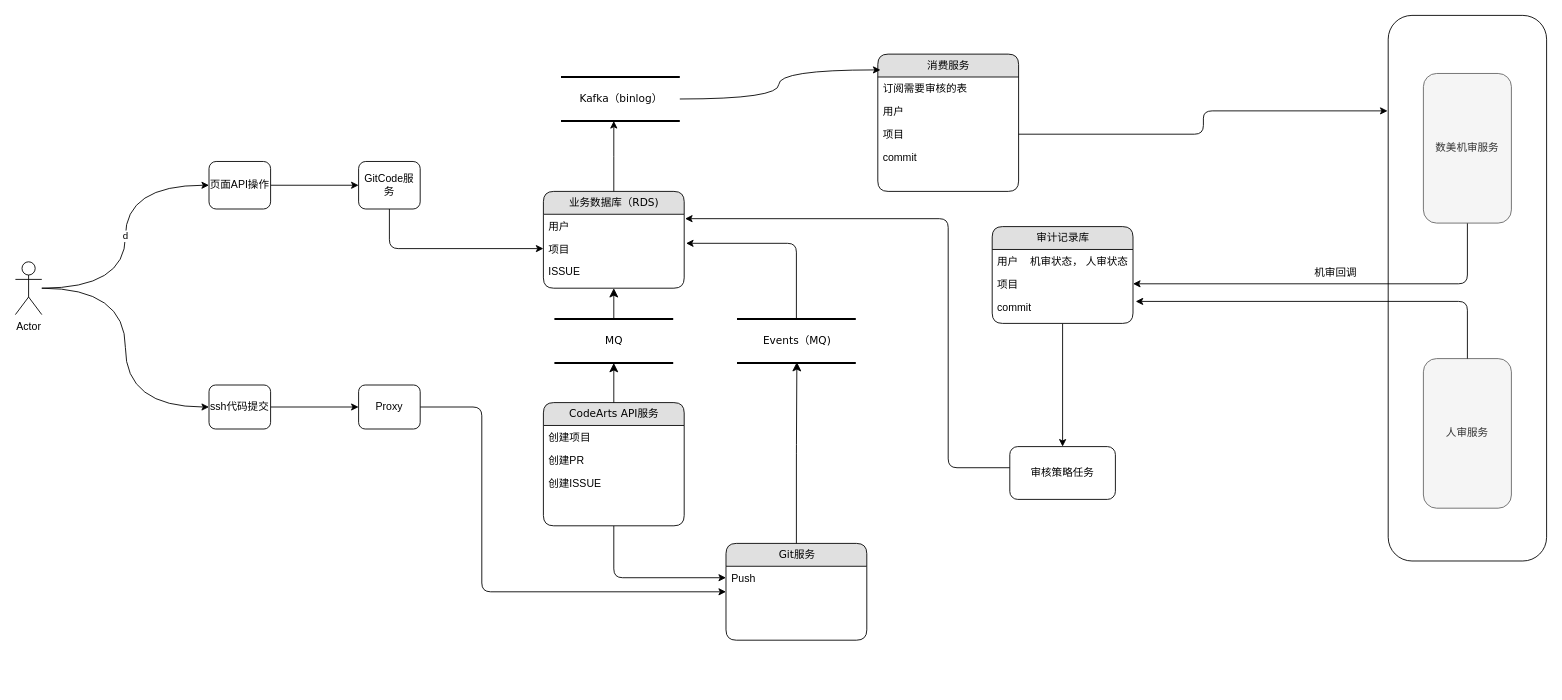
Above: 未命名绘图.drawio in osanben/diagrams (draw.io), before the change. Source tidied: cells renumbered, new cells numbered last; positions are measured from the earlier drawing's top-left corner, leaving out a move shared by most shapes. Both pictures are drawn from the tidied source at 88%, with x=0, y=0 at pixel (15, 15).
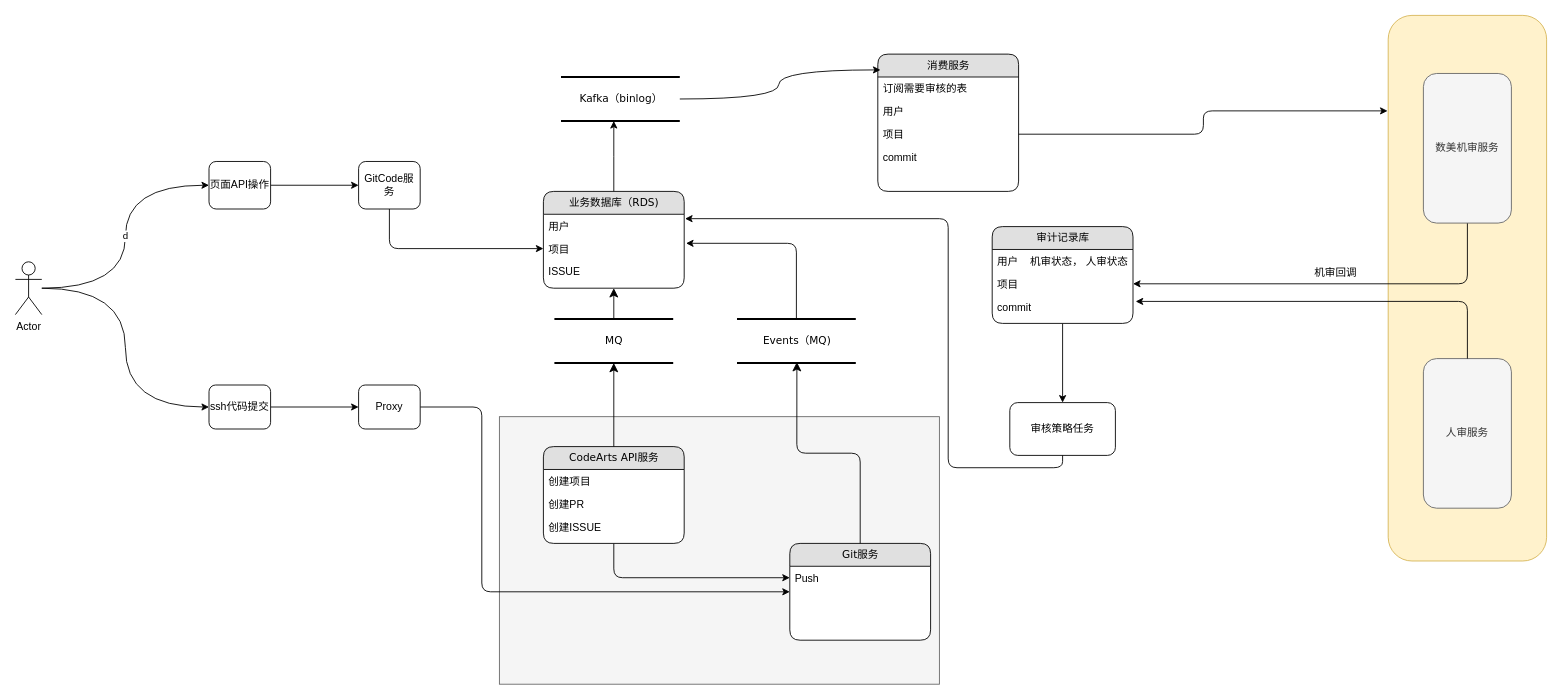
After the change.

Commit message (it also covers changes not shown here):
更新未命名绘图.drawio

The edit, as a diff of the source:
```diff
@@
+    <mxCell id="53" style="rounded=0;whiteSpace=wrap;html=1;fillColor=#f5f5f5;fontColor=#333333;strokeColor=#666666;" parent="1" vertex="1">
+      <mxGeometry x="550" y="456" width="500" height="304" as="geometry" />
+    </mxCell>
-    <mxCell id="2" style="rounded=1;whiteSpace=wrap;html=1;" parent="1" vertex="1">
+    <mxCell id="2" style="rounded=1;whiteSpace=wrap;html=1;fillColor=#fff2cc;strokeColor=#d6b656;" parent="1" vertex="1">
       <mxGeometry x="1560" width="180" height="620" as="geometry" />
     </mxCell>
@@
     <mxCell id="16" value="CodeArts API服务" style="swimlane;html=1;fontStyle=0;horizontal=1;startSize=26;fillColor=#e0e0e0;swimlaneFillColor=#ffffff;align=center;rounded=1;shadow=0;comic=0;labelBackgroundColor=none;strokeWidth=1;fontFamily=Verdana;fontSize=12;" parent="1" vertex="1">
-      <mxGeometry x="600" y="440" width="160" height="140" as="geometry" />
+      <mxGeometry x="600" y="490" width="160" height="110" as="geometry" />
     </mxCell>
@@
     <mxCell id="20" value="Git服务" style="swimlane;html=1;fontStyle=0;horizontal=1;startSize=26;fillColor=#e0e0e0;swimlaneFillColor=#ffffff;align=center;rounded=1;shadow=0;comic=0;labelBackgroundColor=none;strokeWidth=1;fontFamily=Verdana;fontSize=12;" parent="1" vertex="1">
-      <mxGeometry x="807.5" y="600" width="160" height="110" as="geometry" />
+      <mxGeometry x="880" y="600" width="160" height="110" as="geometry" />
     </mxCell>
@@
     <mxCell id="48" value="审核策略任务" style="rounded=1;whiteSpace=wrap;html=1;" parent="1" vertex="1">
-      <mxGeometry x="1130" y="490" width="120" height="60" as="geometry" />
+      <mxGeometry x="1130" y="440" width="120" height="60" as="geometry" />
     </mxCell>
```
